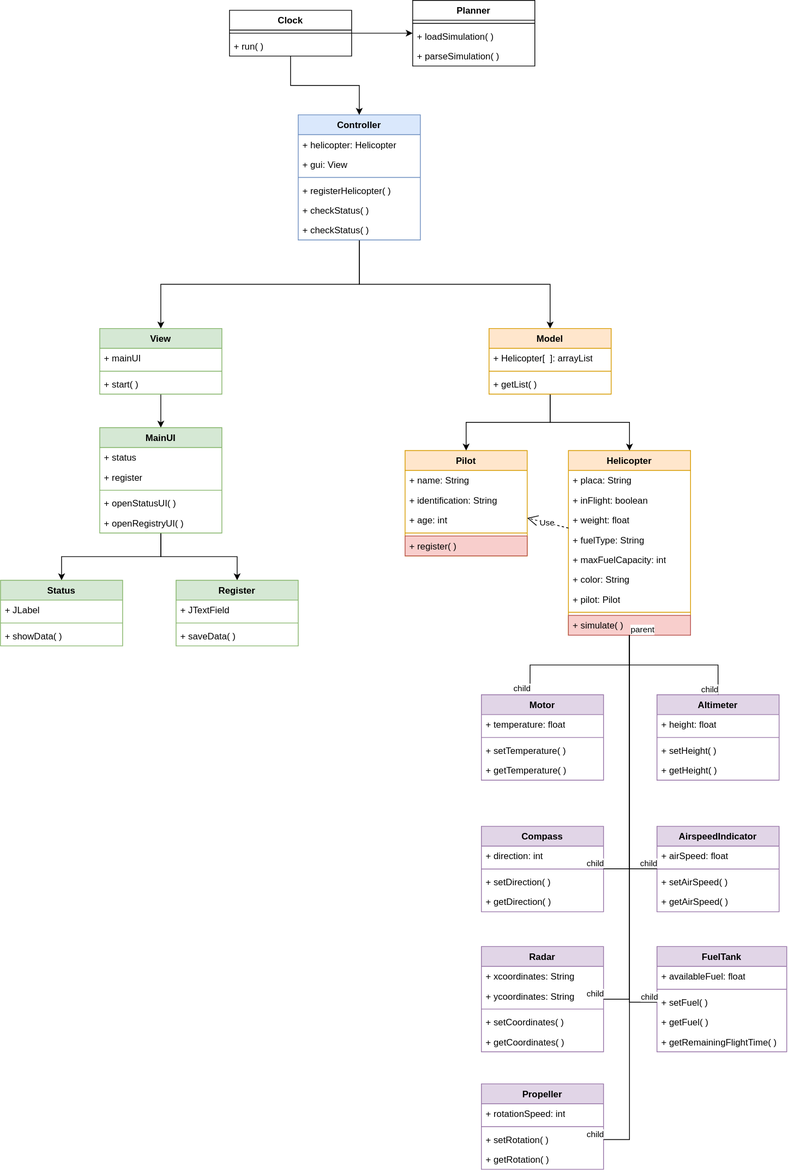
This is diagram.drawio.svg from benjiliang/Helicopter, a draw.io export, as it was before one commit. Source tidied: cells renumbered, new cells last; positions are measured from the earlier drawing's top-left corner, leaving out a move shared by most shapes.
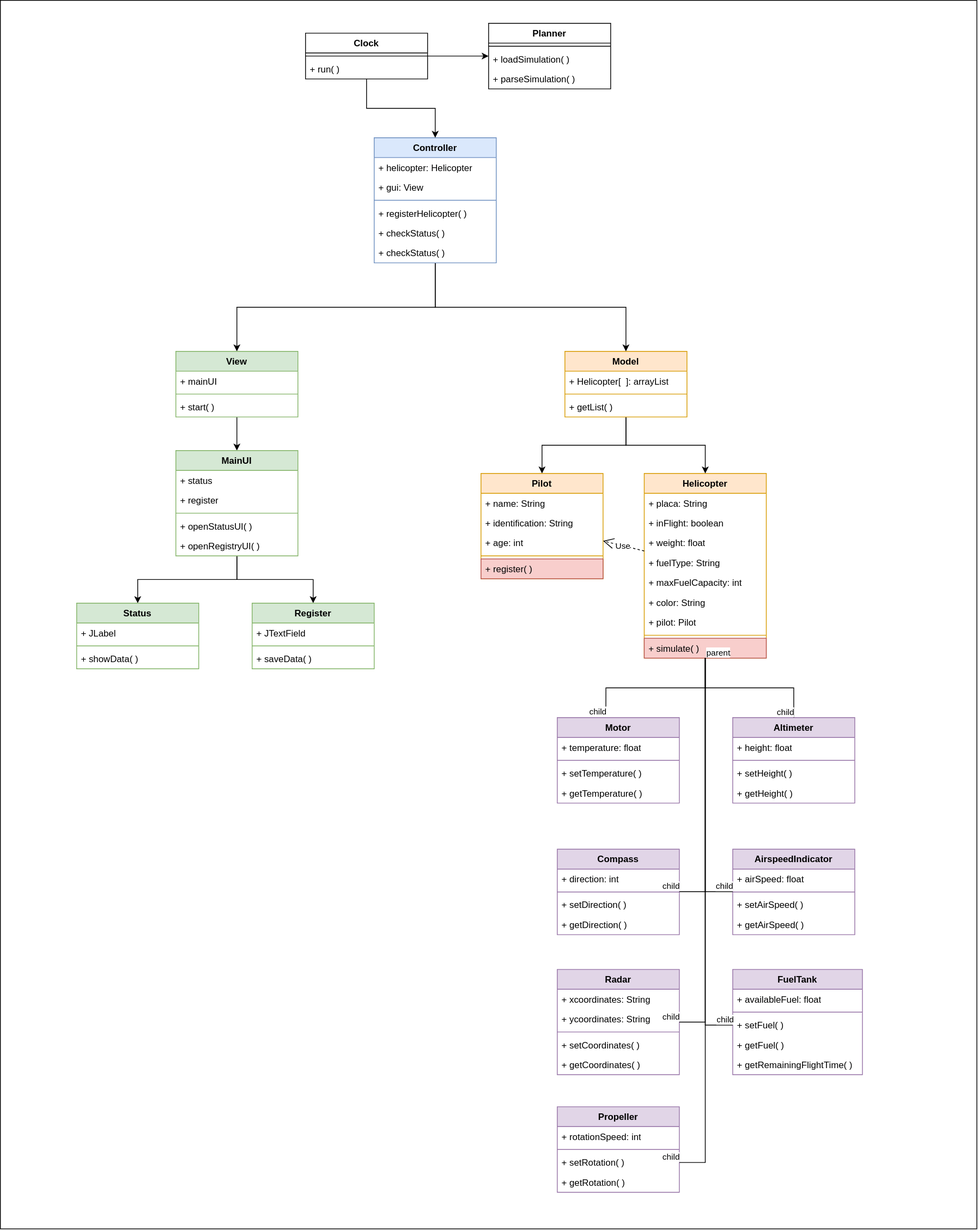
After the commit.

The edit, as a diff of the source:
```diff
@@ -2,6 +2,9 @@
   <root>
     <mxCell id="0" />
     <mxCell id="1" parent="0" />
+    <mxCell id="122" style="rounded=0;whiteSpace=wrap;html=1;" parent="1" vertex="1">
+      <mxGeometry x="-100" y="-30" width="1280" height="1610" as="geometry" />
+    </mxCell>
     <mxCell id="2" value="Helicopter" style="swimlane;fontStyle=1;align=center;verticalAlign=top;horizontal=1;startSize=26;whiteSpace=wrap;html=1;fillColor=#ffe6cc;strokeColor=#d79b00;" parent="1" vertex="1">
       <mxGeometry x="744" y="590" width="160" height="242" as="geometry" />
     </mxCell>
```
